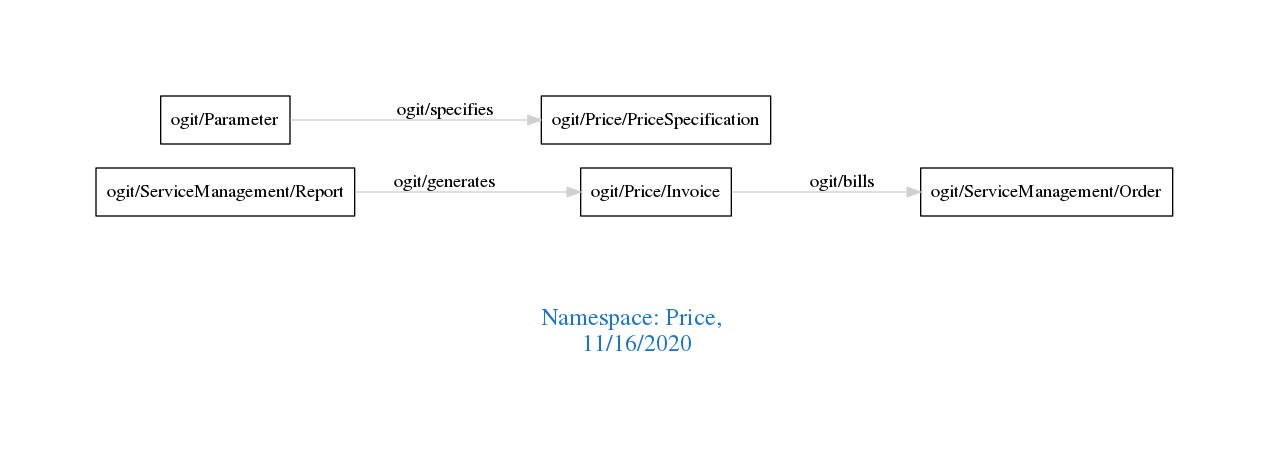
Before: downloads/Price.png, a diagram exported from Graphviz (arago/OGIT). Its source is kept beside it as downloads/Price.dot.
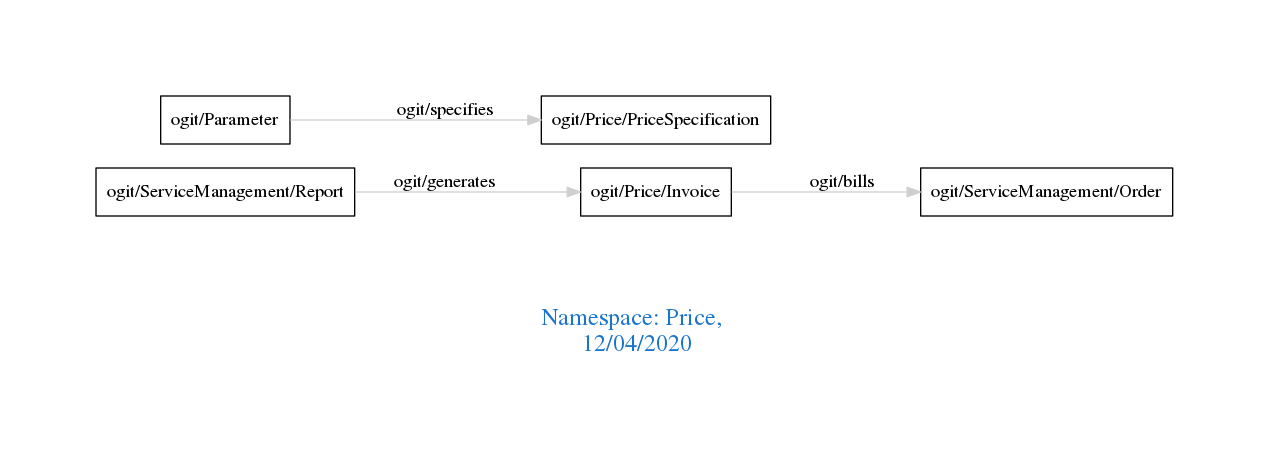
After the change.

Diff of the diagram source:
```diff
@@ -1,7 +1,7 @@
 digraph OGIT_ontology {
  graph [ rankdir= LR,pad=1
 fontsize = 18,
-fontcolor= dodgerblue3,label = "\n\n\nNamespace: Price, \n 11/16/2020"];
+fontcolor= dodgerblue3,label = "\n\n\nNamespace: Price, \n 12/04/2020"];
 node[shape=polygon];
 edge [  color="gray81"];
 
```
